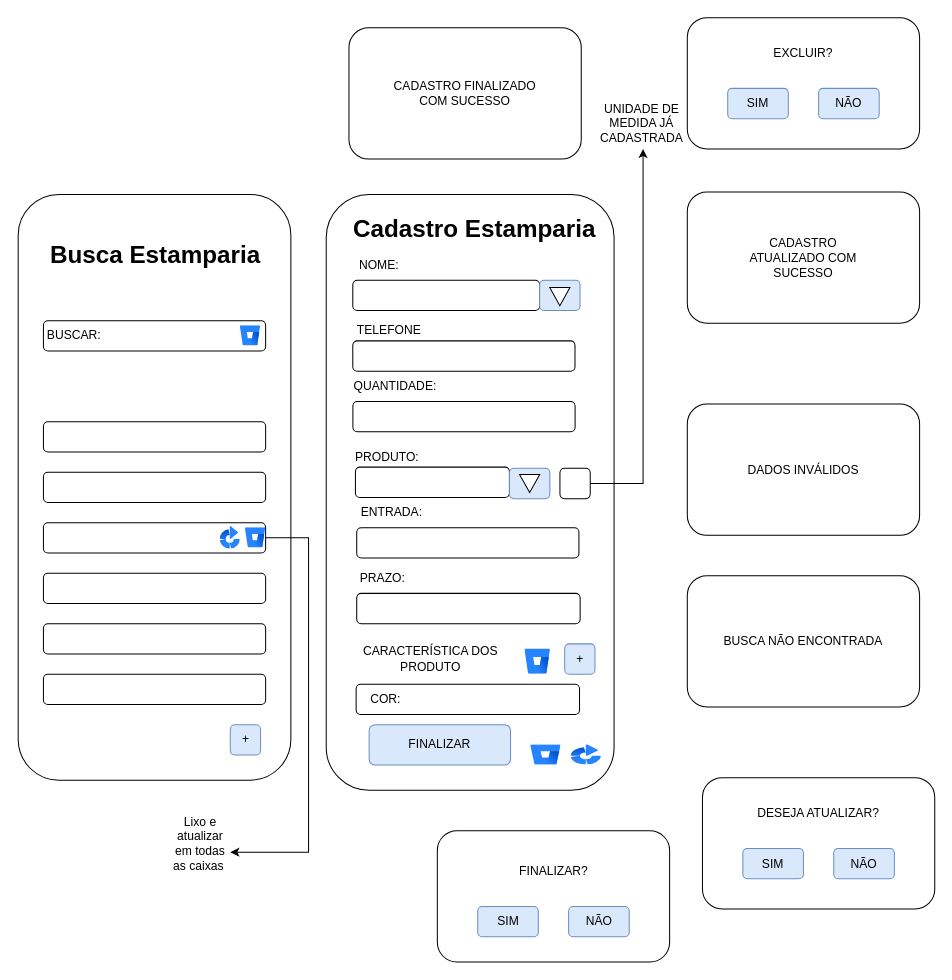
juliareis14/avatar.app keeps this draw.io diagram as page "Página-10" (10 of 13) of DOC/tela.drawio. Above is the earlier version. Source tidied: cells renumbered, new cells numbered last; positions are measured from the earlier drawing's top-left corner, leaving out a move shared by most shapes. Both pictures are drawn from the tidied source at 101%, with x=0, y=0 at pixel (17, 17).
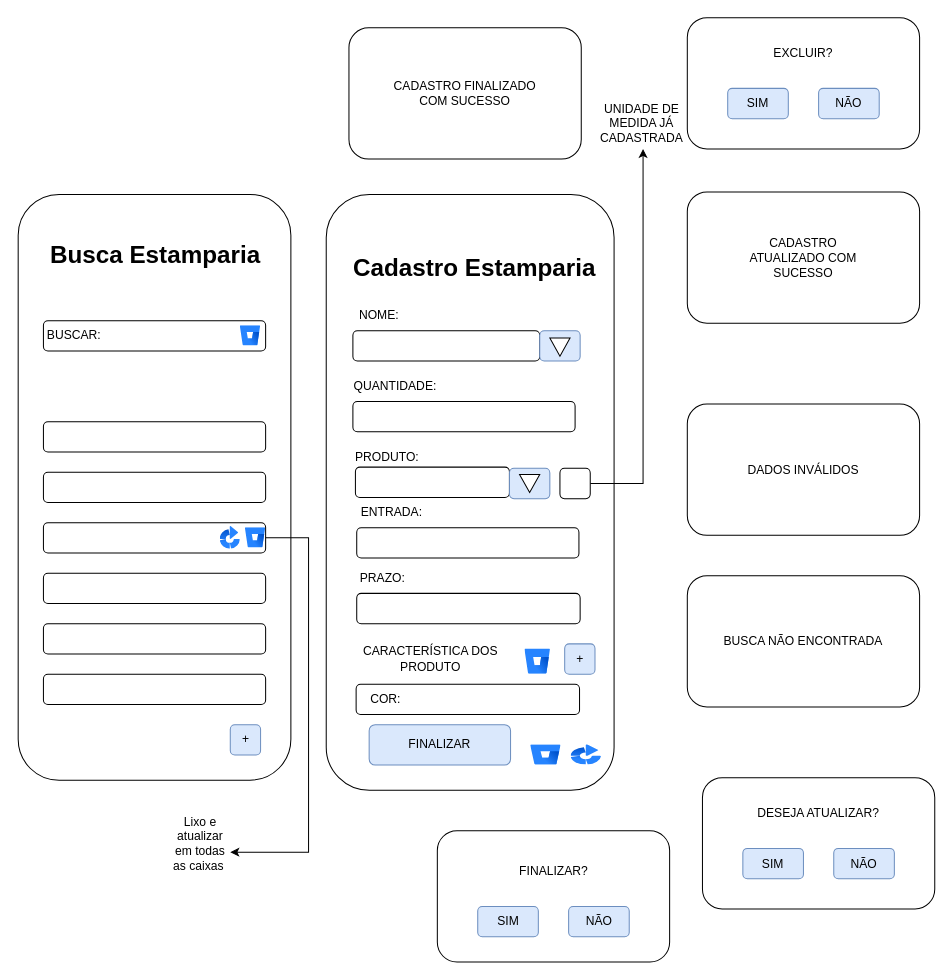
Above is the later version.

What changed in the source:
```diff
@@
     <mxCell id="3" value="Cadastro Estamparia" style="text;strokeColor=none;fillColor=none;html=1;fontSize=24;fontStyle=1;verticalAlign=middle;align=center;" parent="1" vertex="1">
-      <mxGeometry x="401.9" y="190" width="100" height="40" as="geometry" />
+      <mxGeometry x="401.9" y="227.5" width="100" height="40" as="geometry" />
     </mxCell>
     <mxCell id="4" style="rounded=1;whiteSpace=wrap;html=1;" parent="1" vertex="1">
-      <mxGeometry x="331.8" y="260" width="185" height="30" as="geometry" />
+      <mxGeometry x="331.9" y="310" width="185" height="30" as="geometry" />
     </mxCell>
@@
     <mxCell id="7" value="NOME:" style="text;html=1;align=center;verticalAlign=middle;whiteSpace=wrap;rounded=0;" parent="1" vertex="1">
-      <mxGeometry x="328.2" y="230" width="60" height="30" as="geometry" />
+      <mxGeometry x="328.4" y="280" width="60" height="30" as="geometry" />
     </mxCell>
@@
     <mxCell id="50" style="rounded=1;whiteSpace=wrap;html=1;fillColor=#dae8fc;strokeColor=#6c8ebf;" parent="1" vertex="1">
-      <mxGeometry x="516.8" y="260" width="40" height="30" as="geometry" />
+      <mxGeometry x="516.9" y="310" width="40" height="30" as="geometry" />
     </mxCell>
     <mxCell id="51" style="html=1;shadow=0;dashed=0;align=center;verticalAlign=middle;shape=mxgraph.arrows2.arrow;dy=0.6;dx=40;direction=south;notch=0;" parent="1" vertex="1">
-      <mxGeometry x="526.8" y="267.2" width="20" height="18" as="geometry" />
+      <mxGeometry x="526.9" y="317.2" width="20" height="18" as="geometry" />
     </mxCell>
@@
-    <mxCell id="63" style="rounded=1;whiteSpace=wrap;html=1;" parent="1" vertex="1">
-      <mxGeometry x="331.8" y="320" width="220" height="30" as="geometry" />
-    </mxCell>
-    <mxCell id="64" value="TELEFONE" style="text;html=1;align=center;verticalAlign=middle;whiteSpace=wrap;rounded=0;" parent="1" vertex="1">
-      <mxGeometry x="328.2" y="295" width="80" height="30" as="geometry" />
-    </mxCell>
```
